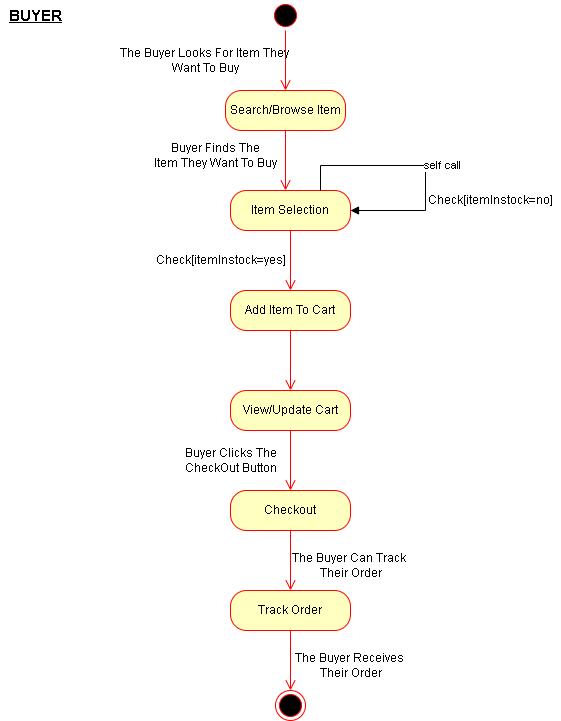
This is givealittle/UML diagramls/Logical View/Buyer_stateDiagram.png from tiisetsohub/GiveALittle, a draw.io export, as it was before one commit. Source tidied: cells renumbered, new cells last; positions are measured from the earlier drawing's top-left corner, leaving out a move shared by most shapes. Its diagram source:
```xml
<mxGraphModel>
  <root>
    <mxCell id="0" />
    <mxCell id="1" parent="0" />
    <mxCell id="2" style="ellipse;html=1;shape=startState;fillColor=#000000;strokeColor=#ff0000;" parent="1" vertex="1">
      <mxGeometry x="270" width="30" height="30" as="geometry" />
    </mxCell>
    <mxCell id="3" style="edgeStyle=orthogonalEdgeStyle;html=1;verticalAlign=bottom;endArrow=open;endSize=8;strokeColor=#ff0000;rounded=0;" parent="1" edge="1" source="2">
      <mxGeometry relative="1" as="geometry">
        <mxPoint x="285" y="90" as="targetPoint" />
      </mxGeometry>
    </mxCell>
    <mxCell id="4" value="Search/Browse Item" style="rounded=1;whiteSpace=wrap;html=1;arcSize=40;fontColor=#000000;fillColor=#ffffc0;strokeColor=#ff0000;" parent="1" vertex="1">
      <mxGeometry x="225" y="90" width="120" height="40" as="geometry" />
    </mxCell>
    <mxCell id="5" style="edgeStyle=orthogonalEdgeStyle;html=1;verticalAlign=bottom;endArrow=open;endSize=8;strokeColor=#ff0000;rounded=0;" parent="1" edge="1" source="4">
      <mxGeometry relative="1" as="geometry">
        <mxPoint x="285" y="190" as="targetPoint" />
      </mxGeometry>
    </mxCell>
    <mxCell id="6" value="Item Selection" style="rounded=1;whiteSpace=wrap;html=1;arcSize=40;fontColor=#000000;fillColor=#ffffc0;strokeColor=#ff0000;" parent="1" vertex="1">
      <mxGeometry x="230" y="190" width="120" height="40" as="geometry" />
    </mxCell>
    <mxCell id="7" style="edgeStyle=orthogonalEdgeStyle;html=1;verticalAlign=bottom;endArrow=open;endSize=8;strokeColor=#ff0000;rounded=0;" parent="1" edge="1" source="6">
      <mxGeometry relative="1" as="geometry">
        <mxPoint x="290" y="290" as="targetPoint" />
      </mxGeometry>
    </mxCell>
    <mxCell id="8" value="Add Item To Cart" style="rounded=1;whiteSpace=wrap;html=1;arcSize=40;fontColor=#000000;fillColor=#ffffc0;strokeColor=#ff0000;" parent="1" vertex="1">
      <mxGeometry x="230" y="290" width="120" height="40" as="geometry" />
    </mxCell>
    <mxCell id="9" style="edgeStyle=orthogonalEdgeStyle;html=1;verticalAlign=bottom;endArrow=open;endSize=8;strokeColor=#ff0000;rounded=0;" parent="1" edge="1" source="8">
      <mxGeometry relative="1" as="geometry">
        <mxPoint x="290" y="390" as="targetPoint" />
      </mxGeometry>
    </mxCell>
    <mxCell id="10" value="View/Update Cart" style="rounded=1;whiteSpace=wrap;html=1;arcSize=40;fontColor=#000000;fillColor=#ffffc0;strokeColor=#ff0000;" parent="1" vertex="1">
      <mxGeometry x="230" y="390" width="120" height="40" as="geometry" />
    </mxCell>
    <mxCell id="11" style="edgeStyle=orthogonalEdgeStyle;html=1;verticalAlign=bottom;endArrow=open;endSize=8;strokeColor=#ff0000;rounded=0;" parent="1" edge="1" source="10">
      <mxGeometry relative="1" as="geometry">
        <mxPoint x="290" y="490" as="targetPoint" />
      </mxGeometry>
    </mxCell>
    <mxCell id="12" value="Checkout" style="rounded=1;whiteSpace=wrap;html=1;arcSize=40;fontColor=#000000;fillColor=#ffffc0;strokeColor=#ff0000;" parent="1" vertex="1">
      <mxGeometry x="230" y="490" width="120" height="40" as="geometry" />
    </mxCell>
    <mxCell id="13" style="edgeStyle=orthogonalEdgeStyle;html=1;verticalAlign=bottom;endArrow=open;endSize=8;strokeColor=#ff0000;rounded=0;" parent="1" edge="1" source="12">
      <mxGeometry relative="1" as="geometry">
        <mxPoint x="290" y="590" as="targetPoint" />
      </mxGeometry>
    </mxCell>
    <mxCell id="14" value="Track Order" style="rounded=1;whiteSpace=wrap;html=1;arcSize=40;fontColor=#000000;fillColor=#ffffc0;strokeColor=#ff0000;" parent="1" vertex="1">
      <mxGeometry x="230" y="590" width="120" height="40" as="geometry" />
    </mxCell>
    <mxCell id="15" style="edgeStyle=orthogonalEdgeStyle;html=1;verticalAlign=bottom;endArrow=open;endSize=8;strokeColor=#ff0000;rounded=0;" parent="1" edge="1" source="14">
      <mxGeometry relative="1" as="geometry">
        <mxPoint x="290" y="690" as="targetPoint" />
      </mxGeometry>
    </mxCell>
    <mxCell id="16" style="ellipse;html=1;shape=endState;fillColor=#000000;strokeColor=#ff0000;" parent="1" vertex="1">
      <mxGeometry x="275" y="690" width="30" height="30" as="geometry" />
    </mxCell>
    <mxCell id="17" value="The Buyer Looks For Item They&amp;nbsp;&lt;br&gt;Want To Buy" style="text;html=1;align=center;verticalAlign=middle;fillColor=none;strokeColor=none;rounded=0;" parent="1" vertex="1">
      <mxGeometry x="110" y="45" width="190" height="30" as="geometry" />
    </mxCell>
    <mxCell id="18" value="Buyer Finds The&lt;br&gt;Item They Want To Buy" style="text;html=1;align=center;verticalAlign=middle;fillColor=none;strokeColor=none;rounded=0;" parent="1" vertex="1">
      <mxGeometry x="145" y="140" width="140" height="30" as="geometry" />
    </mxCell>
    <mxCell id="19" value="self call" style="edgeStyle=orthogonalEdgeStyle;html=1;align=left;spacingLeft=2;endArrow=block;rounded=0;entryX=1;entryY=0.5;exitX=0.75;exitY=0;exitDx=0;exitDy=0;entryDx=0;entryDy=0;" parent="1" edge="1" source="6" target="6">
      <mxGeometry relative="1" as="geometry">
        <Array as="points">
          <mxPoint x="320" y="165" />
          <mxPoint x="425" y="165" />
          <mxPoint x="425" y="210" />
        </Array>
      </mxGeometry>
    </mxCell>
    <mxCell id="20" value="Check[itemInstock=no]" style="text;html=1;align=center;verticalAlign=middle;fillColor=none;strokeColor=none;rounded=0;" parent="1" vertex="1">
      <mxGeometry x="420" y="190" width="140" height="20" as="geometry" />
    </mxCell>
    <mxCell id="21" value="Check[itemInstock=yes]" style="text;html=1;align=center;verticalAlign=middle;fillColor=none;strokeColor=none;rounded=0;" parent="1" vertex="1">
      <mxGeometry x="145" y="250" width="150" height="20" as="geometry" />
    </mxCell>
    <mxCell id="22" value="Buyer Clicks The&lt;br&gt;CheckOut Button" style="text;html=1;align=center;verticalAlign=middle;fillColor=none;strokeColor=none;rounded=0;" parent="1" vertex="1">
      <mxGeometry x="175" y="445" width="110" height="30" as="geometry" />
    </mxCell>
    <mxCell id="23" value="The Buyer Can Track&amp;nbsp;&lt;br&gt;Their Order" style="text;html=1;align=center;verticalAlign=middle;fillColor=none;strokeColor=none;rounded=0;" parent="1" vertex="1">
      <mxGeometry x="285" y="550" width="130" height="30" as="geometry" />
    </mxCell>
    <mxCell id="24" value="The Buyer Receives&amp;nbsp;&lt;br&gt;Their Order" style="text;html=1;align=center;verticalAlign=middle;fillColor=none;strokeColor=none;rounded=0;" parent="1" vertex="1">
      <mxGeometry x="285" y="650" width="130" height="30" as="geometry" />
    </mxCell>
    <mxCell id="25" value="&lt;b&gt;&lt;u&gt;&lt;font style=&quot;font-size: 15px&quot;&gt;BUYER&lt;/font&gt;&lt;/u&gt;&lt;/b&gt;" style="text;html=1;align=center;verticalAlign=middle;fillColor=none;strokeColor=none;rounded=0;" parent="1" vertex="1">
      <mxGeometry y="5" width="70" height="20" as="geometry" />
    </mxCell>
  </root>
</mxGraphModel>
```
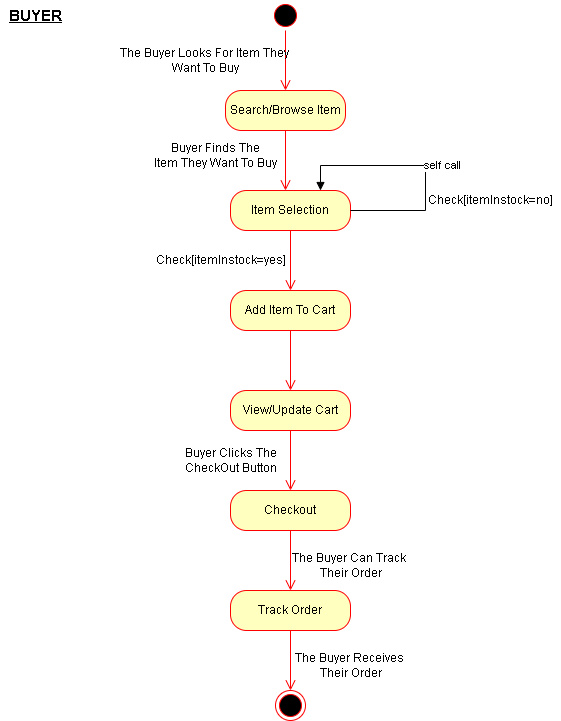
The same diagram one commit later.

The edit, as a diff of the source:
```diff
@@ -67,7 +67,7 @@
     <mxCell id="18" value="Buyer Finds The&lt;br&gt;Item They Want To Buy" style="text;html=1;align=center;verticalAlign=middle;fillColor=none;strokeColor=none;rounded=0;" parent="1" vertex="1">
       <mxGeometry x="145" y="140" width="140" height="30" as="geometry" />
     </mxCell>
-    <mxCell id="19" value="self call" style="edgeStyle=orthogonalEdgeStyle;html=1;align=left;spacingLeft=2;endArrow=block;rounded=0;entryX=1;entryY=0.5;exitX=0.75;exitY=0;exitDx=0;exitDy=0;entryDx=0;entryDy=0;" parent="1" edge="1" source="6" target="6">
+    <mxCell id="19" value="self call" style="edgeStyle=orthogonalEdgeStyle;html=1;align=left;spacingLeft=2;endArrow=none;rounded=0;entryX=1;entryY=0.5;exitX=0.75;exitY=0;exitDx=0;exitDy=0;entryDx=0;entryDy=0;startArrow=block;startFill=1;endFill=0;" parent="1" edge="1" source="6" target="6">
       <mxGeometry relative="1" as="geometry">
         <Array as="points">
           <mxPoint x="320" y="165" />
```
